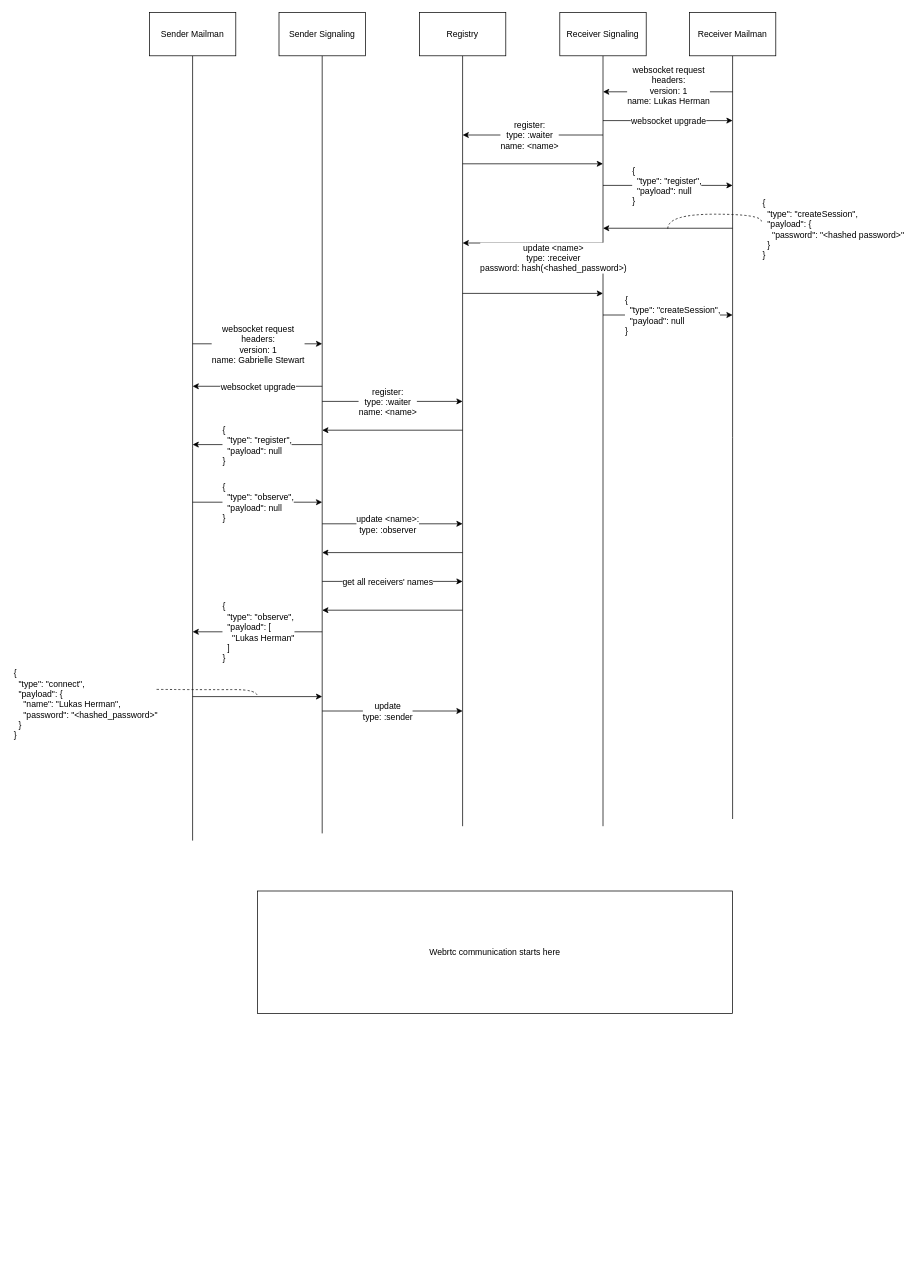
The draw.io diagram designs/pre-webrtc.drawio in lherman-cs/mailman, before the edit. Source tidied: cells renumbered, new cells numbered last; positions are measured from the earlier drawing's top-left corner, leaving out a move shared by most shapes. Both pictures are drawn from the tidied source at 72%, with x=0, y=0 at pixel (149, 12).
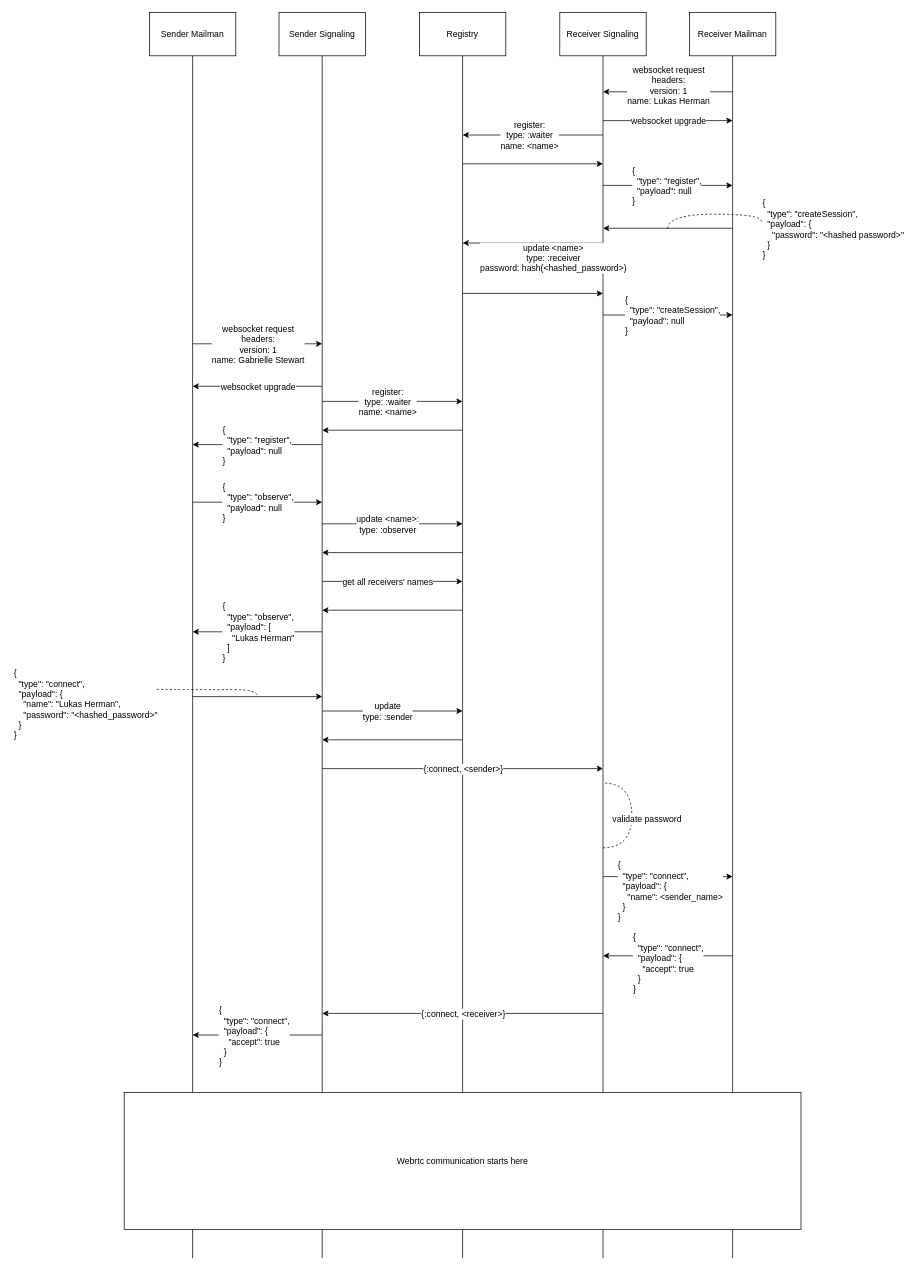
After the change.

The change refers to these unchanged cells:
```xml
<mxCell id="3" value="Sender Mailman" style="rounded=0;whiteSpace=wrap;html=1;" parent="1" vertex="1">
  <mxGeometry width="120" height="60" as="geometry" />
</mxCell>
<mxCell id="5" value="Sender Signaling" style="rounded=0;whiteSpace=wrap;html=1;" parent="1" vertex="1">
  <mxGeometry x="180" width="120" height="60" as="geometry" />
</mxCell>
<mxCell id="7" value="Receiver Signaling" style="rounded=0;whiteSpace=wrap;html=1;" parent="1" vertex="1">
  <mxGeometry x="570" width="120" height="60" as="geometry" />
</mxCell>
<mxCell id="9" value="Receiver Mailman" style="rounded=0;whiteSpace=wrap;html=1;" parent="1" vertex="1">
  <mxGeometry x="750" width="120" height="60" as="geometry" />
</mxCell>
<mxCell id="12" value="Registry" style="rounded=0;whiteSpace=wrap;html=1;" parent="1" vertex="1">
  <mxGeometry x="375" width="120" height="60" as="geometry" />
</mxCell>
```

Change to the diagram source:
```diff
@@
     <mxCell id="2" style="edgeStyle=orthogonalEdgeStyle;rounded=0;jettySize=auto;html=1;exitX=0.5;exitY=1;exitDx=0;exitDy=0;endArrow=none;endFill=0;" parent="1" edge="1" source="3">
       <mxGeometry relative="1" as="geometry">
-        <mxPoint x="60" y="1150" as="targetPoint" />
+        <mxPoint x="60" y="1730" as="targetPoint" />
       </mxGeometry>
     </mxCell>
@@
     <mxCell id="4" style="edgeStyle=orthogonalEdgeStyle;rounded=0;jettySize=auto;html=1;exitX=0.5;exitY=1;exitDx=0;exitDy=0;endArrow=none;endFill=0;" parent="1" edge="1" source="5">
       <mxGeometry relative="1" as="geometry">
-        <mxPoint x="240" y="1140" as="targetPoint" />
+        <mxPoint x="240" y="1730" as="targetPoint" />
       </mxGeometry>
     </mxCell>
@@
     <mxCell id="6" style="edgeStyle=orthogonalEdgeStyle;rounded=0;jettySize=auto;html=1;exitX=0.5;exitY=1;exitDx=0;exitDy=0;endArrow=none;endFill=0;" parent="1" edge="1" source="7">
       <mxGeometry relative="1" as="geometry">
-        <mxPoint x="630" y="1130" as="targetPoint" />
+        <mxPoint x="630" y="1730" as="targetPoint" />
       </mxGeometry>
     </mxCell>
@@
     <mxCell id="8" style="edgeStyle=orthogonalEdgeStyle;rounded=0;jettySize=auto;html=1;exitX=0.5;exitY=1;exitDx=0;exitDy=0;endArrow=none;endFill=0;" parent="1" edge="1" source="9">
       <mxGeometry relative="1" as="geometry">
-        <mxPoint x="810" y="1120" as="targetPoint" />
+        <mxPoint x="810" y="1730" as="targetPoint" />
       </mxGeometry>
     </mxCell>
@@
-    <mxCell id="10" value="Webrtc communication starts here" style="rounded=0;whiteSpace=wrap;html=1;" parent="1" vertex="1">
-      <mxGeometry x="150" y="1220" width="660" height="170" as="geometry" />
-    </mxCell>
     <mxCell id="11" style="edgeStyle=orthogonalEdgeStyle;rounded=0;jettySize=auto;html=1;exitX=0.5;exitY=1;exitDx=0;exitDy=0;endArrow=none;endFill=0;" parent="1" edge="1" source="12">
       <mxGeometry relative="1" as="geometry">
-        <mxPoint x="435" y="1130" as="targetPoint" />
+        <mxPoint x="435" y="1730" as="targetPoint" />
       </mxGeometry>
     </mxCell>
@@
+    <mxCell id="54" style="endArrow=classic;html=1;" parent="1" edge="1">
+      <mxGeometry relative="1" as="geometry">
+        <mxPoint x="240" y="1050" as="sourcePoint" />
+        <mxPoint x="630" y="1050" as="targetPoint" />
+      </mxGeometry>
+    </mxCell>
+    <mxCell id="55" value="{:connect, &amp;lt;sender&amp;gt;}" style="text;html=1;align=center;verticalAlign=middle;labelBackgroundColor=#ffffff;" parent="54" vertex="1">
+      <mxGeometry x="-0.16" y="3" relative="1" as="geometry">
+        <mxPoint x="31" y="3" as="offset" />
+      </mxGeometry>
+    </mxCell>
+    <mxCell id="56" style="endArrow=none;html=1;startArrow=classic;startFill=1;endFill=0;" parent="1" edge="1">
+      <mxGeometry relative="1" as="geometry">
+        <mxPoint x="240" y="1010" as="sourcePoint" />
+        <mxPoint x="435" y="1010" as="targetPoint" />
+      </mxGeometry>
+    </mxCell>
+    <mxCell id="57" style="endArrow=none;dashed=1;html=1;edgeStyle=orthogonalEdgeStyle;curved=1;" parent="1" edge="1">
+      <mxGeometry relative="1" as="geometry">
+        <mxPoint x="630" y="1160" as="sourcePoint" />
+        <mxPoint x="630" y="1070" as="targetPoint" />
+        <Array as="points">
+          <mxPoint x="670" y="1160" />
+          <mxPoint x="670" y="1070" />
+        </Array>
+      </mxGeometry>
+    </mxCell>
+    <mxCell id="58" value="validate password" style="text;html=1;align=center;verticalAlign=middle;labelBackgroundColor=#ffffff;" parent="57" vertex="1">
+      <mxGeometry x="0.16" y="-1" relative="1" as="geometry">
+        <mxPoint x="19" y="19" as="offset" />
+      </mxGeometry>
+    </mxCell>
+    <mxCell id="59" style="endArrow=classic;html=1;" parent="1" edge="1">
+      <mxGeometry relative="1" as="geometry">
+        <mxPoint x="630" y="1200" as="sourcePoint" />
+        <mxPoint x="810" y="1200" as="targetPoint" />
+      </mxGeometry>
+    </mxCell>
+    <mxCell id="60" value="{&lt;br&gt;&amp;nbsp; &quot;type&quot;: &quot;connect&quot;,&lt;br&gt;&amp;nbsp; &quot;payload&quot;: {&lt;br&gt;&amp;nbsp; &amp;nbsp; &quot;name&quot;: &amp;lt;sender_name&amp;gt;&lt;br&gt;&amp;nbsp; }&lt;br&gt;}" style="text;html=1;align=left;verticalAlign=middle;labelBackgroundColor=#ffffff;" parent="59" vertex="1">
+      <mxGeometry x="-0.11" y="-1" relative="1" as="geometry">
+        <mxPoint x="-61" y="19" as="offset" />
+      </mxGeometry>
+    </mxCell>
+    <mxCell id="61" style="endArrow=classic;html=1;" parent="1" edge="1">
+      <mxGeometry relative="1" as="geometry">
+        <mxPoint x="810" y="1310" as="sourcePoint" />
+        <mxPoint x="630" y="1310" as="targetPoint" />
+      </mxGeometry>
+    </mxCell>
+    <mxCell id="62" value="{&lt;br&gt;&amp;nbsp; &quot;type&quot;: &quot;connect&quot;,&lt;br&gt;&amp;nbsp; &quot;payload&quot;: {&lt;br&gt;&amp;nbsp; &amp;nbsp; &quot;accept&quot;: true&lt;br&gt;&amp;nbsp; }&lt;br&gt;}" style="text;html=1;align=left;verticalAlign=middle;labelBackgroundColor=#ffffff;" parent="61" vertex="1">
+      <mxGeometry x="0.17" y="-1" relative="1" as="geometry">
+        <mxPoint x="-35" y="11" as="offset" />
+      </mxGeometry>
+    </mxCell>
+    <mxCell id="63" style="endArrow=none;html=1;startArrow=classic;startFill=1;endFill=0;" parent="1" edge="1">
+      <mxGeometry relative="1" as="geometry">
+        <mxPoint x="240" y="1390" as="sourcePoint" />
+        <mxPoint x="630" y="1390" as="targetPoint" />
+      </mxGeometry>
+    </mxCell>
+    <mxCell id="64" value="{:connect, &amp;lt;receiver&amp;gt;}" style="text;html=1;align=center;verticalAlign=middle;labelBackgroundColor=#ffffff;" parent="63" vertex="1">
+      <mxGeometry x="-0.16" y="3" relative="1" as="geometry">
+        <mxPoint x="31" y="3" as="offset" />
+      </mxGeometry>
+    </mxCell>
+    <mxCell id="65" style="endArrow=none;html=1;startArrow=classic;startFill=1;endFill=0;" parent="1" edge="1">
+      <mxGeometry relative="1" as="geometry">
+        <mxPoint x="60" y="1420" as="sourcePoint" />
+        <mxPoint x="240" y="1420" as="targetPoint" />
+      </mxGeometry>
+    </mxCell>
+    <mxCell id="66" value="{&lt;br&gt;&amp;nbsp; &quot;type&quot;: &quot;connect&quot;,&lt;br&gt;&amp;nbsp; &quot;payload&quot;: {&lt;br&gt;&amp;nbsp; &amp;nbsp; &quot;accept&quot;: true&lt;br&gt;&amp;nbsp; }&lt;br&gt;}" style="text;html=1;align=left;verticalAlign=middle;labelBackgroundColor=#ffffff;" parent="1" vertex="1">
+      <mxGeometry x="130" y="1410" as="geometry">
+        <mxPoint x="-35" y="11" as="offset" />
+      </mxGeometry>
+    </mxCell>
+    <mxCell id="10" value="Webrtc communication starts here" style="rounded=0;whiteSpace=wrap;html=1;" parent="1" vertex="1">
+      <mxGeometry x="-35" y="1500" width="940" height="190" as="geometry" />
+    </mxCell>
```
